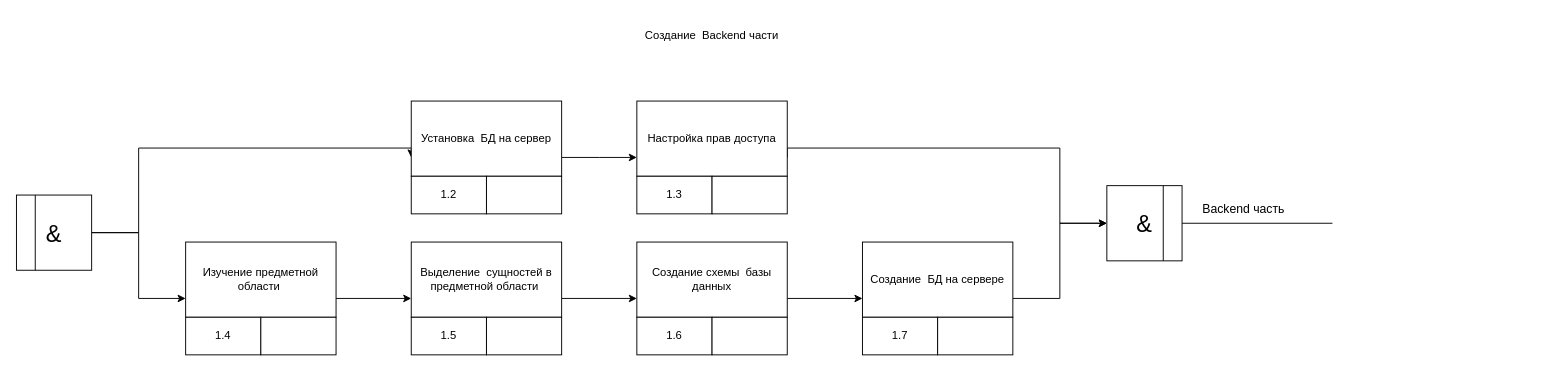
Earlier version of the draw.io diagram page "Страница 3" (3 of 5) of ee2dwdwqdwqqdqwdw.drawio (ereason/draw-io). Source tidied: cells renumbered, new cells numbered last; positions are measured from the earlier drawing's top-left corner, leaving out a move shared by most shapes. Both pictures are drawn from the tidied source at 94%, with x=0, y=0 at pixel (16, 16).
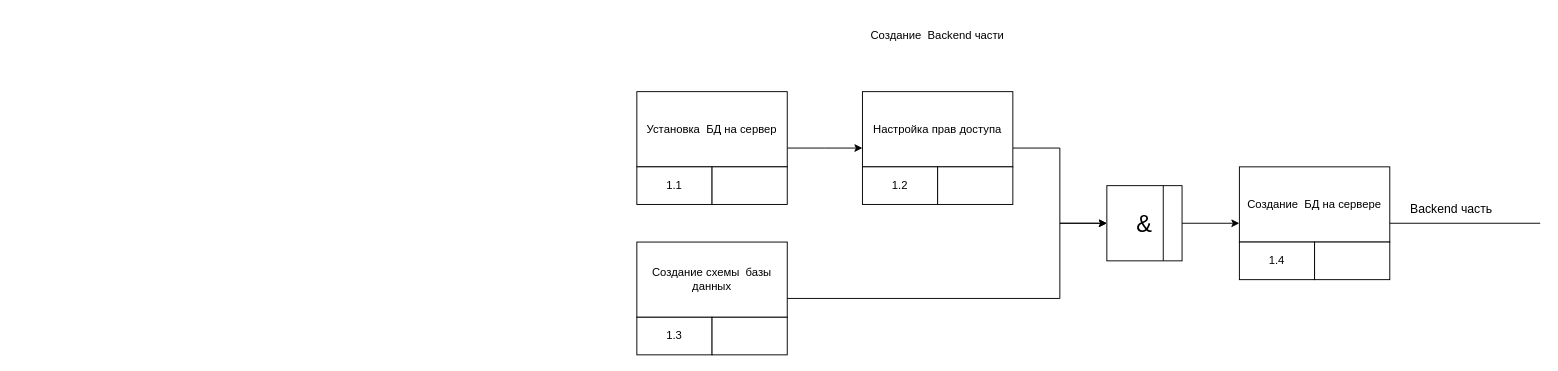
The same page after the edit.

The change refers to these unchanged cells:
```xml
<mxCell id="12" value="Создание схемы &amp;nbsp;базы данных" style="rounded=0;whiteSpace=wrap;html=1;" parent="1" vertex="1">
  <mxGeometry x="660" y="240" width="160" height="80" as="geometry" />
</mxCell>
<mxCell id="31" value="&lt;font style=&quot;font-size: 25px;&quot;&gt;&amp;amp;&lt;/font&gt;" style="rounded=0;whiteSpace=wrap;html=1;" parent="1" vertex="1">
  <mxGeometry x="1160" y="180" width="80" height="80" as="geometry" />
</mxCell>
```

The edit, as a diff of the source:
```diff
@@
     <mxCell id="2" value="Создание &amp;nbsp;Backend части" style="text;html=1;strokeColor=none;fillColor=none;align=center;verticalAlign=middle;whiteSpace=wrap;rounded=0;" parent="1" vertex="1">
-      <mxGeometry x="660" width="160" height="40" as="geometry" />
+      <mxGeometry x="900" width="160" height="40" as="geometry" />
     </mxCell>
-    <mxCell id="3" style="edgeStyle=orthogonalEdgeStyle;rounded=0;jettySize=auto;html=1;exitX=1;exitY=0.75;exitDx=0;exitDy=0;entryX=0;entryY=0.75;entryDx=0;entryDy=0;" parent="1" edge="1" source="4" target="8">
-      <mxGeometry relative="1" as="geometry" />
-    </mxCell>
-    <mxCell id="4" value="Изучение предметной области&amp;nbsp;" style="rounded=0;whiteSpace=wrap;html=1;" parent="1" vertex="1">
-      <mxGeometry x="180" y="240" width="160" height="80" as="geometry" />
-    </mxCell>
-    <mxCell id="5" value="1.4" style="rounded=0;whiteSpace=wrap;html=1;" parent="1" vertex="1">
-      <mxGeometry x="180" y="320" width="80" height="40" as="geometry" />
-    </mxCell>
-    <mxCell id="6" style="rounded=0;whiteSpace=wrap;html=1;" parent="1" vertex="1">
-      <mxGeometry x="260" y="320" width="80" height="40" as="geometry" />
-    </mxCell>
-    <mxCell id="7" style="edgeStyle=orthogonalEdgeStyle;rounded=0;jettySize=auto;html=1;exitX=1;exitY=0.75;exitDx=0;exitDy=0;entryX=0;entryY=0.75;entryDx=0;entryDy=0;" parent="1" edge="1" source="8" target="12">
-      <mxGeometry relative="1" as="geometry" />
-    </mxCell>
-    <mxCell id="8" value="Выделение &amp;nbsp;сущностей в предметной области&amp;nbsp;" style="rounded=0;whiteSpace=wrap;html=1;" parent="1" vertex="1">
-      <mxGeometry x="420" y="240" width="160" height="80" as="geometry" />
-    </mxCell>
-    <mxCell id="9" value="1.5" style="rounded=0;whiteSpace=wrap;html=1;" parent="1" vertex="1">
-      <mxGeometry x="420" y="320" width="80" height="40" as="geometry" />
-    </mxCell>
-    <mxCell id="10" style="rounded=0;whiteSpace=wrap;html=1;" parent="1" vertex="1">
-      <mxGeometry x="500" y="320" width="80" height="40" as="geometry" />
-    </mxCell>
-    <mxCell id="11" style="edgeStyle=orthogonalEdgeStyle;rounded=0;jettySize=auto;html=1;exitX=1;exitY=0.75;exitDx=0;exitDy=0;entryX=0;entryY=0.75;entryDx=0;entryDy=0;" parent="1" edge="1" source="12" target="16">
-      <mxGeometry relative="1" as="geometry" />
-    </mxCell>
@@
-    <mxCell id="13" value="1.6" style="rounded=0;whiteSpace=wrap;html=1;" parent="1" vertex="1">
+    <mxCell id="13" value="1.3" style="rounded=0;whiteSpace=wrap;html=1;" parent="1" vertex="1">
       <mxGeometry x="660" y="320" width="80" height="40" as="geometry" />
     </mxCell>
@@
-    <mxCell id="15" style="edgeStyle=orthogonalEdgeStyle;rounded=0;jettySize=auto;html=1;exitX=1;exitY=0.75;exitDx=0;exitDy=0;entryX=0;entryY=0.5;entryDx=0;entryDy=0;" parent="1" edge="1" source="16" target="31">
-      <mxGeometry relative="1" as="geometry" />
+    <mxCell id="15" style="edgeStyle=orthogonalEdgeStyle;rounded=0;jettySize=auto;html=1;exitX=1;exitY=0.75;exitDx=0;exitDy=0;entryX=0;entryY=0.5;entryDx=0;entryDy=0;" parent="1" edge="1" source="12" target="31">
+      <mxGeometry relative="1" as="geometry">
+        <Array as="points">
+          <mxPoint x="1110" y="300" />
+          <mxPoint x="1110" y="220" />
+        </Array>
+      </mxGeometry>
     </mxCell>
-    <mxCell id="16" value="Создание &amp;nbsp;БД на сервере" style="rounded=0;whiteSpace=wrap;html=1;" parent="1" vertex="1">
-      <mxGeometry x="900" y="240" width="160" height="80" as="geometry" />
-    </mxCell>
-    <mxCell id="17" value="1.7" style="rounded=0;whiteSpace=wrap;html=1;" parent="1" vertex="1">
-      <mxGeometry x="900" y="320" width="80" height="40" as="geometry" />
-    </mxCell>
-    <mxCell id="18" style="rounded=0;whiteSpace=wrap;html=1;" parent="1" vertex="1">
-      <mxGeometry x="980" y="320" width="80" height="40" as="geometry" />
-    </mxCell>
-    <mxCell id="19" style="edgeStyle=orthogonalEdgeStyle;rounded=0;jettySize=auto;html=1;exitX=1;exitY=0.5;exitDx=0;exitDy=0;entryX=0;entryY=0.75;entryDx=0;entryDy=0;fontSize=25;" parent="1" edge="1" source="21" target="24">
-      <mxGeometry relative="1" as="geometry">
-        <Array as="points">
-          <mxPoint x="130" y="230" />
-          <mxPoint x="130" y="140" />
-        </Array>
-      </mxGeometry>
-    </mxCell>
-    <mxCell id="20" style="edgeStyle=orthogonalEdgeStyle;rounded=0;jettySize=auto;html=1;exitX=1;exitY=0.5;exitDx=0;exitDy=0;entryX=0;entryY=0.75;entryDx=0;entryDy=0;fontSize=25;" parent="1" edge="1" source="21" target="4">
-      <mxGeometry relative="1" as="geometry" />
-    </mxCell>
-    <mxCell id="21" value="&lt;font style=&quot;font-size: 25px;&quot;&gt;&amp;amp;&lt;/font&gt;" style="rounded=0;whiteSpace=wrap;html=1;" parent="1" vertex="1">
-      <mxGeometry y="190" width="80" height="80" as="geometry" />
-    </mxCell>
-    <mxCell id="22" style="endArrow=none;html=1;rounded=0;entryX=0.25;entryY=0;entryDx=0;entryDy=0;exitX=0.25;exitY=1;exitDx=0;exitDy=0;" parent="1" edge="1" source="21" target="21">
-      <mxGeometry relative="1" as="geometry" />
-    </mxCell>
     <mxCell id="23" style="edgeStyle=orthogonalEdgeStyle;rounded=0;jettySize=auto;html=1;exitX=1;exitY=0.75;exitDx=0;exitDy=0;entryX=0;entryY=0.75;entryDx=0;entryDy=0;" parent="1" edge="1" source="24">
       <mxGeometry relative="1" as="geometry">
-        <mxPoint x="660" y="150" as="targetPoint" />
+        <mxPoint x="900" y="140" as="targetPoint" />
       </mxGeometry>
     </mxCell>
     <mxCell id="24" value="Установка &amp;nbsp;БД на сервер" style="rounded=0;whiteSpace=wrap;html=1;" parent="1" vertex="1">
-      <mxGeometry x="420" y="90" width="160" height="80" as="geometry" />
+      <mxGeometry x="660" y="80" width="160" height="80" as="geometry" />
     </mxCell>
-    <mxCell id="25" value="1.2" style="rounded=0;whiteSpace=wrap;html=1;" parent="1" vertex="1">
-      <mxGeometry x="420" y="170" width="80" height="40" as="geometry" />
+    <mxCell id="25" value="1.1" style="rounded=0;whiteSpace=wrap;html=1;" parent="1" vertex="1">
+      <mxGeometry x="660" y="160" width="80" height="40" as="geometry" />
     </mxCell>
     <mxCell id="26" style="rounded=0;whiteSpace=wrap;html=1;" parent="1" vertex="1">
-      <mxGeometry x="500" y="170" width="80" height="40" as="geometry" />
+      <mxGeometry x="740" y="160" width="80" height="40" as="geometry" />
     </mxCell>
@@
     <mxCell id="28" value="Настройка прав доступа" style="rounded=0;whiteSpace=wrap;html=1;" parent="1" vertex="1">
-      <mxGeometry x="660" y="90" width="160" height="80" as="geometry" />
+      <mxGeometry x="900" y="80" width="160" height="80" as="geometry" />
     </mxCell>
-    <mxCell id="29" value="1.3" style="rounded=0;whiteSpace=wrap;html=1;" parent="1" vertex="1">
-      <mxGeometry x="660" y="170" width="80" height="40" as="geometry" />
+    <mxCell id="29" value="1.2" style="rounded=0;whiteSpace=wrap;html=1;" parent="1" vertex="1">
+      <mxGeometry x="900" y="160" width="80" height="40" as="geometry" />
     </mxCell>
     <mxCell id="30" style="rounded=0;whiteSpace=wrap;html=1;" parent="1" vertex="1">
-      <mxGeometry x="740" y="170" width="80" height="40" as="geometry" />
+      <mxGeometry x="980" y="160" width="80" height="40" as="geometry" />
     </mxCell>
+    <mxCell id="35" style="edgeStyle=orthogonalEdgeStyle;rounded=0;jettySize=auto;html=1;exitX=1;exitY=0.5;exitDx=0;exitDy=0;entryX=0;entryY=0.75;entryDx=0;entryDy=0;fontSize=13;" parent="1" edge="1" source="31" target="16">
+      <mxGeometry relative="1" as="geometry" />
+    </mxCell>
@@
-    <mxCell id="33" style="endArrow=none;html=1;rounded=0;fontSize=25;entryX=1;entryY=0.5;entryDx=0;entryDy=0;" parent="1" edge="1" target="31">
-      <mxGeometry relative="1" as="geometry">
-        <mxPoint x="1400" y="220" as="sourcePoint" />
-      </mxGeometry>
-    </mxCell>
+    <mxCell id="16" value="Создание &amp;nbsp;БД на сервере" style="rounded=0;whiteSpace=wrap;html=1;" parent="1" vertex="1">
+      <mxGeometry x="1301" y="160" width="160" height="80" as="geometry" />
+    </mxCell>
+    <mxCell id="5" value="1.4" style="rounded=0;whiteSpace=wrap;html=1;" parent="1" vertex="1">
+      <mxGeometry x="1301" y="240" width="80" height="40" as="geometry" />
+    </mxCell>
+    <mxCell id="36" style="rounded=0;whiteSpace=wrap;html=1;" parent="1" vertex="1">
+      <mxGeometry x="1381" y="240" width="80" height="40" as="geometry" />
+    </mxCell>
+    <mxCell id="37" style="endArrow=none;html=1;rounded=0;fontSize=25;entryX=1;entryY=0.5;entryDx=0;entryDy=0;" parent="1" edge="1">
+      <mxGeometry relative="1" as="geometry">
+        <mxPoint x="1621" y="220" as="sourcePoint" />
+        <mxPoint x="1461" y="220" as="targetPoint" />
+      </mxGeometry>
+    </mxCell>
     <mxCell id="34" value="&lt;font style=&quot;font-size: 13px;&quot;&gt;Backend часть&lt;/font&gt;" style="text;html=1;align=left;verticalAlign=middle;strokeColor=none;fillColor=none;fontSize=25;" parent="1" vertex="1">
-      <mxGeometry x="1260" y="180" width="110" height="40" as="geometry" />
+      <mxGeometry x="1481" y="180" width="110" height="40" as="geometry" />
     </mxCell>
```
